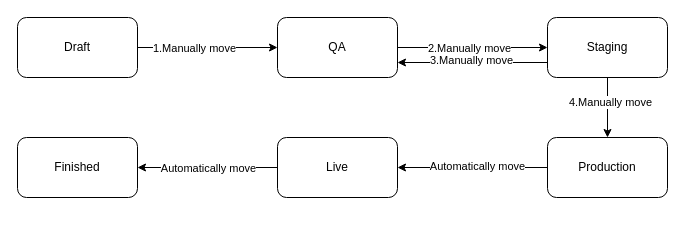
Earlier version of the draw.io diagram page "Event Stages" (2 of 3) of 未命名绘图.drawio (yaohuiwu/SimpleFS). Source tidied: cells renumbered, new cells numbered last; positions are measured from the earlier drawing's top-left corner, leaving out a move shared by most shapes. Both pictures are drawn from the tidied source at 100%, with x=0, y=0 at pixel (17, 17).
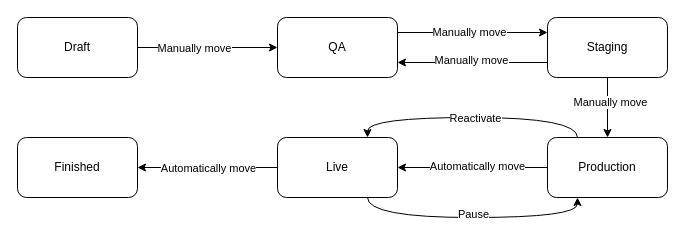
The same page after the edit.

Commit message (it also covers changes not shown here):
更新未命名绘图.drawio

Unchanged cells that the change refers to:
```xml
<mxCell id="2" style="edgeStyle=orthogonalEdgeStyle;rounded=0;jettySize=auto;html=1;" parent="1" edge="1" source="4" target="7">
  <mxGeometry relative="1" as="geometry" />
</mxCell>
<mxCell id="7" value="QA" style="whiteSpace=wrap;html=1;rounded=1;" parent="1" vertex="1">
  <mxGeometry x="260" width="120" height="60" as="geometry" />
</mxCell>
<mxCell id="8" style="edgeStyle=orthogonalEdgeStyle;rounded=0;jettySize=auto;html=1;" parent="1" edge="1" source="12" target="15">
  <mxGeometry relative="1" as="geometry" />
</mxCell>
<mxCell id="10" style="edgeStyle=orthogonalEdgeStyle;rounded=0;jettySize=auto;html=1;exitX=0;exitY=0.75;exitDx=0;exitDy=0;entryX=1;entryY=0.75;entryDx=0;entryDy=0;" parent="1" edge="1" source="12" target="7">
  <mxGeometry relative="1" as="geometry" />
</mxCell>
<mxCell id="12" value="Staging" style="whiteSpace=wrap;html=1;rounded=1;" parent="1" vertex="1">
  <mxGeometry x="530" width="120" height="60" as="geometry" />
</mxCell>
<mxCell id="15" value="Production" style="whiteSpace=wrap;html=1;rounded=1;" parent="1" vertex="1">
  <mxGeometry x="530" y="120" width="120" height="60" as="geometry" />
</mxCell>
<mxCell id="18" value="Live" style="whiteSpace=wrap;html=1;rounded=1;" parent="1" vertex="1">
  <mxGeometry x="260" y="120" width="120" height="60" as="geometry" />
</mxCell>
```

Change to the diagram source:
```diff
@@
-    <mxCell id="3" value="1.Manually move" style="edgeLabel;html=1;align=center;verticalAlign=middle;" parent="2" vertex="1">
+    <mxCell id="3" value="Manually move" style="edgeLabel;html=1;align=center;verticalAlign=middle;" parent="2" vertex="1">
       <mxGeometry x="-0.2" relative="1" as="geometry" />
     </mxCell>
@@
-    <mxCell id="5" style="edgeStyle=orthogonalEdgeStyle;rounded=0;jettySize=auto;html=1;" parent="1" edge="1" source="7" target="12">
+    <mxCell id="5" style="edgeStyle=orthogonalEdgeStyle;rounded=0;jettySize=auto;html=1;exitX=1;exitY=0.25;exitDx=0;exitDy=0;entryX=0;entryY=0.25;entryDx=0;entryDy=0;" parent="1" edge="1" source="7" target="12">
       <mxGeometry relative="1" as="geometry" />
     </mxCell>
-    <mxCell id="6" value="2.Manually move" style="edgeLabel;html=1;align=center;verticalAlign=middle;" parent="5" vertex="1">
+    <mxCell id="6" value="Manually move" style="edgeLabel;html=1;align=center;verticalAlign=middle;" parent="5" vertex="1">
       <mxGeometry x="-0.05" relative="1" as="geometry" />
     </mxCell>
@@
-    <mxCell id="9" value="4.Manually move" style="edgeLabel;html=1;align=center;verticalAlign=middle;" parent="8" vertex="1">
+    <mxCell id="9" value="Manually move" style="edgeLabel;html=1;align=center;verticalAlign=middle;" parent="8" vertex="1">
       <mxGeometry x="-0.2" y="2" relative="1" as="geometry" />
     </mxCell>
@@
-    <mxCell id="11" value="3.Manually move" style="edgeLabel;html=1;align=center;verticalAlign=middle;" parent="10" vertex="1">
+    <mxCell id="11" value="Manually move" style="edgeLabel;html=1;align=center;verticalAlign=middle;" parent="10" vertex="1">
       <mxGeometry x="-0.16" y="-3" relative="1" as="geometry">
         <mxPoint x="-14" as="offset" />
       </mxGeometry>
     </mxCell>
@@
+    <mxCell id="20" style="edgeStyle=orthogonalEdgeStyle;curved=1;rounded=0;jettySize=auto;html=1;exitX=0.25;exitY=0;exitDx=0;exitDy=0;entryX=0.75;entryY=0;entryDx=0;entryDy=0;" parent="1" edge="1" source="15" target="18">
+      <mxGeometry relative="1" as="geometry">
+        <Array as="points">
+          <mxPoint x="560" y="100" />
+          <mxPoint x="350" y="100" />
+        </Array>
+      </mxGeometry>
+    </mxCell>
+    <mxCell id="21" value="Reactivate" style="edgeLabel;html=1;align=center;verticalAlign=middle;" parent="20" vertex="1">
+      <mxGeometry x="-0.02" relative="1" as="geometry" />
+    </mxCell>
@@
+    <mxCell id="22" style="edgeStyle=orthogonalEdgeStyle;curved=1;rounded=0;jettySize=auto;html=1;exitX=0.75;exitY=1;exitDx=0;exitDy=0;entryX=0.25;entryY=1;entryDx=0;entryDy=0;" parent="1" edge="1" source="18" target="15">
+      <mxGeometry relative="1" as="geometry" />
+    </mxCell>
+    <mxCell id="23" value="Pause" style="edgeLabel;html=1;align=center;verticalAlign=middle;" parent="22" vertex="1">
+      <mxGeometry y="4" relative="1" as="geometry" />
+    </mxCell>
```
